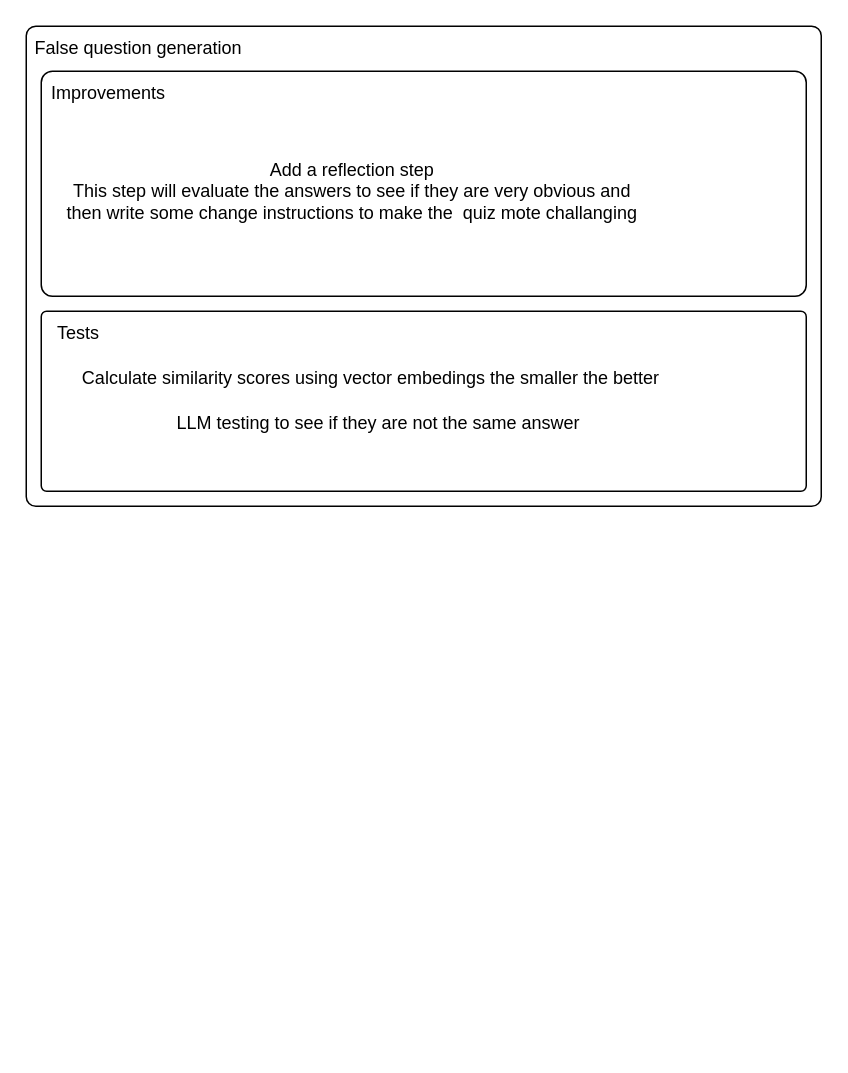
This is Docs/Improvements.drawio from qadeerk/quizGen, a draw.io file, before an edit. Source tidied: cells renumbered, new cells numbered last; positions are measured from the earlier drawing's top-left corner, leaving out a move shared by most shapes. Both pictures are drawn from the tidied source at 150%, with x=0, y=0 at pixel (26, 26).
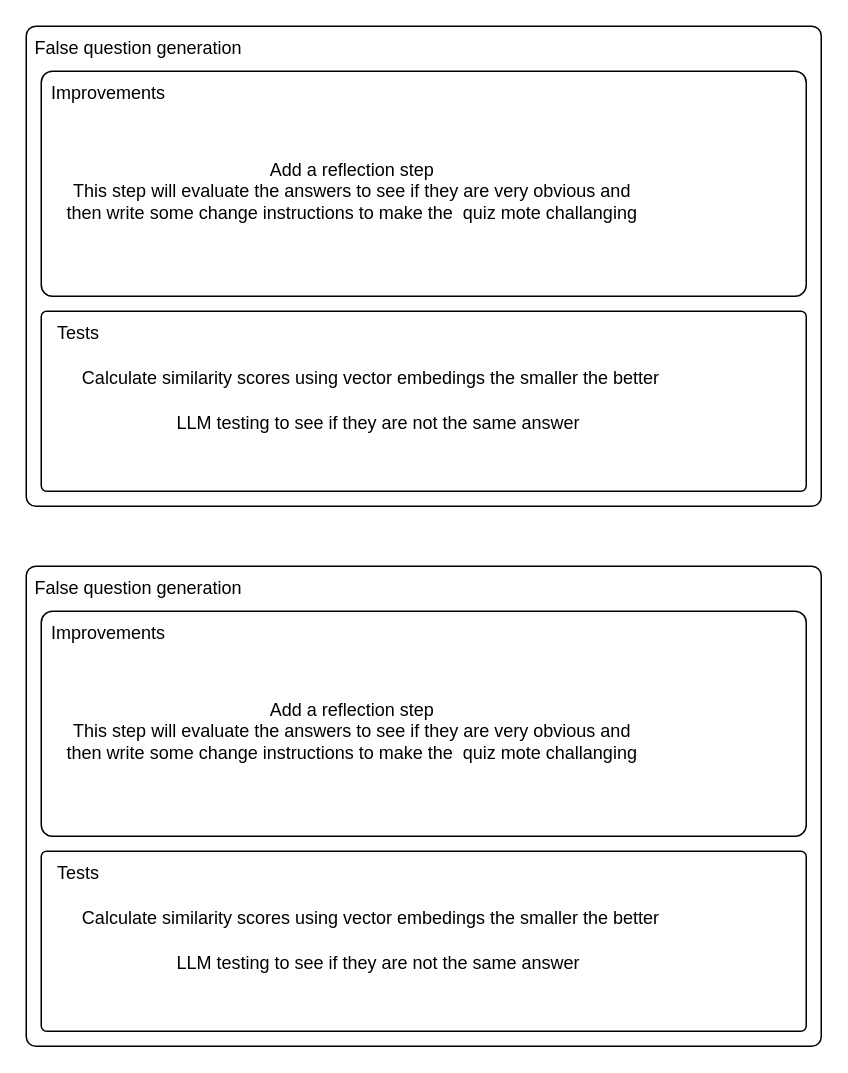
Above is the later version.

What changed in the source:
```diff
@@
 <mxGraphModel>
   <root>
     <mxCell id="0" />
     <mxCell id="1" parent="0" />
     <mxCell id="2" style="rounded=1;whiteSpace=wrap;html=1;arcSize=2;" parent="1" vertex="1">
       <mxGeometry width="530" height="320" as="geometry" />
     </mxCell>
     <mxCell id="3" value="False question generation" style="text;html=1;align=center;verticalAlign=middle;whiteSpace=wrap;rounded=0;" parent="1" vertex="1">
       <mxGeometry width="150" height="30" as="geometry" />
     </mxCell>
     <mxCell id="4" style="rounded=1;whiteSpace=wrap;html=1;arcSize=3;" parent="1" vertex="1">
       <mxGeometry x="10" y="190" width="510" height="120" as="geometry" />
     </mxCell>
     <mxCell id="5" style="rounded=1;whiteSpace=wrap;html=1;arcSize=5;" parent="1" vertex="1">
       <mxGeometry x="10" y="30" width="510" height="150" as="geometry" />
     </mxCell>
     <mxCell id="6" value="Improvements" style="text;html=1;align=center;verticalAlign=middle;whiteSpace=wrap;rounded=0;" parent="1" vertex="1">
       <mxGeometry x="10" y="30" width="90" height="30" as="geometry" />
     </mxCell>
     <mxCell id="7" value="Tests" style="text;html=1;align=center;verticalAlign=middle;whiteSpace=wrap;rounded=0;" parent="1" vertex="1">
       <mxGeometry x="10" y="190" width="50" height="30" as="geometry" />
     </mxCell>
     <mxCell id="8" value="Calculate similarity scores using vector embedings the smaller the better" style="text;html=1;align=center;verticalAlign=middle;whiteSpace=wrap;rounded=0;" parent="1" vertex="1">
       <mxGeometry x="10" y="220" width="440" height="30" as="geometry" />
     </mxCell>
     <mxCell id="9" value="LLM testing to see if they are not the same answer" style="text;html=1;align=center;verticalAlign=middle;whiteSpace=wrap;rounded=0;" parent="1" vertex="1">
       <mxGeometry x="10" y="250" width="450" height="30" as="geometry" />
     </mxCell>
     <mxCell id="10" value="Add a reflection step&lt;br&gt;This step will evaluate the answers to see if they are very obvious and then write some change instructions to make the&amp;nbsp; quiz mote challanging" style="text;html=1;align=center;verticalAlign=middle;whiteSpace=wrap;rounded=0;" parent="1" vertex="1">
       <mxGeometry x="20" y="60" width="395" height="100" as="geometry" />
     </mxCell>
+    <mxCell id="11" style="rounded=1;whiteSpace=wrap;html=1;arcSize=2;" parent="1" vertex="1">
+      <mxGeometry y="360" width="530" height="320" as="geometry" />
+    </mxCell>
+    <mxCell id="12" value="False question generation" style="text;html=1;align=center;verticalAlign=middle;whiteSpace=wrap;rounded=0;" parent="1" vertex="1">
+      <mxGeometry y="360" width="150" height="30" as="geometry" />
+    </mxCell>
+    <mxCell id="13" style="rounded=1;whiteSpace=wrap;html=1;arcSize=3;" parent="1" vertex="1">
+      <mxGeometry x="10" y="550" width="510" height="120" as="geometry" />
+    </mxCell>
+    <mxCell id="14" style="rounded=1;whiteSpace=wrap;html=1;arcSize=5;" parent="1" vertex="1">
+      <mxGeometry x="10" y="390" width="510" height="150" as="geometry" />
+    </mxCell>
+    <mxCell id="15" value="Improvements" style="text;html=1;align=center;verticalAlign=middle;whiteSpace=wrap;rounded=0;" parent="1" vertex="1">
+      <mxGeometry x="10" y="390" width="90" height="30" as="geometry" />
+    </mxCell>
+    <mxCell id="16" value="Tests" style="text;html=1;align=center;verticalAlign=middle;whiteSpace=wrap;rounded=0;" parent="1" vertex="1">
+      <mxGeometry x="10" y="550" width="50" height="30" as="geometry" />
+    </mxCell>
+    <mxCell id="17" value="Calculate similarity scores using vector embedings the smaller the better" style="text;html=1;align=center;verticalAlign=middle;whiteSpace=wrap;rounded=0;" parent="1" vertex="1">
+      <mxGeometry x="10" y="580" width="440" height="30" as="geometry" />
+    </mxCell>
+    <mxCell id="18" value="LLM testing to see if they are not the same answer" style="text;html=1;align=center;verticalAlign=middle;whiteSpace=wrap;rounded=0;" parent="1" vertex="1">
+      <mxGeometry x="10" y="610" width="450" height="30" as="geometry" />
+    </mxCell>
+    <mxCell id="19" value="Add a reflection step&lt;br&gt;This step will evaluate the answers to see if they are very obvious and then write some change instructions to make the&amp;nbsp; quiz mote challanging" style="text;html=1;align=center;verticalAlign=middle;whiteSpace=wrap;rounded=0;" parent="1" vertex="1">
+      <mxGeometry x="20" y="420" width="395" height="100" as="geometry" />
+    </mxCell>
   </root>
 </mxGraphModel>
```
